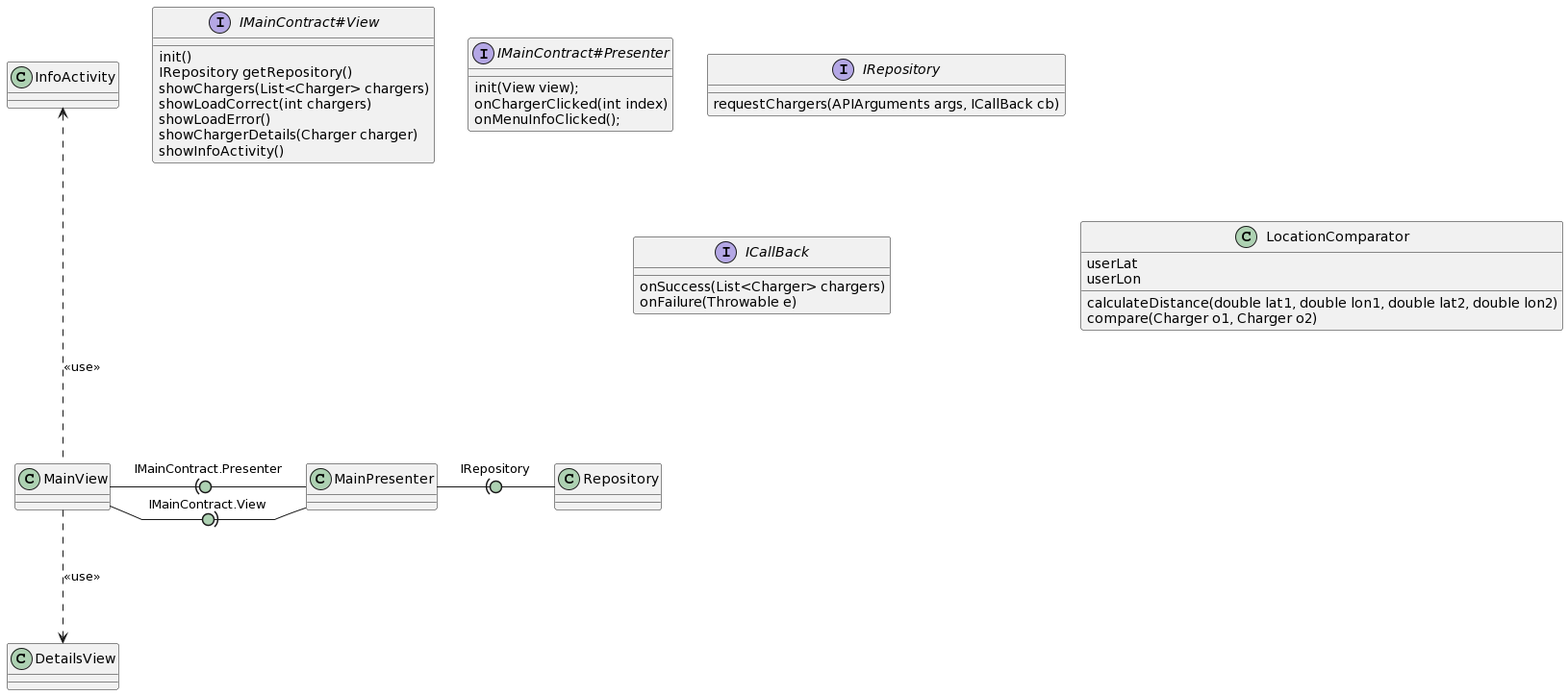
This is Docs/Models/Arquitectura.png from isunican/App-CarChargers-Grupo3, a PlantUML export, as it was before one commit. Its source is kept beside it as Docs/Models/arquitectura.puml.
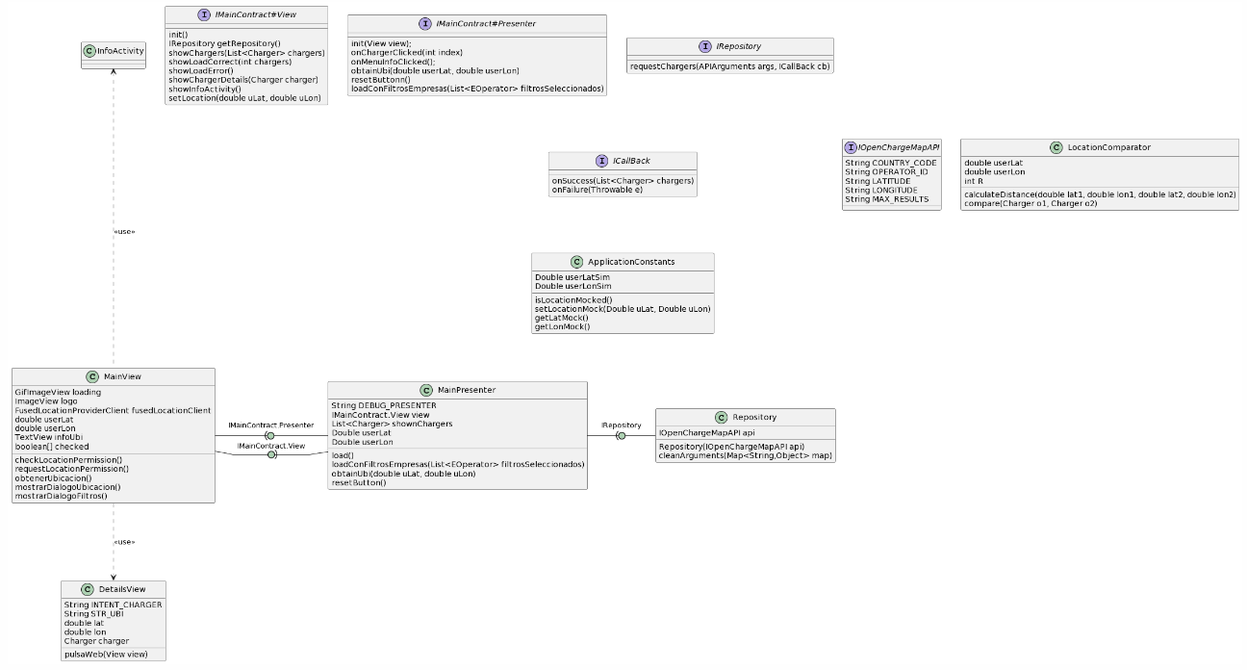
After the commit.

Change to the diagram source:
```diff
@@ -23,12 +23,16 @@
     showLoadError()
     showChargerDetails(Charger charger)
     showInfoActivity()
+    setLocation(double uLat, double uLon)
 }
 
 interface IMainContract#Presenter {
    init(View view);
    onChargerClicked(int index)
    onMenuInfoClicked();
+   obtainUbi(double userLat, double userLon)
+   resetButtonn()
+   loadConFiltrosEmpresas(List<EOperator> filtrosSeleccionados)
 }
 
 interface IRepository {
@@ -39,10 +43,66 @@
     onSuccess(List<Charger> chargers)
     onFailure(Throwable e)
 }
+interface IOpenChargeMapAPI {
+    String COUNTRY_CODE
+    String OPERATOR_ID
+    String LATITUDE
+    String LONGITUDE
+    String MAX_RESULTS
+
+}
 class LocationComparator {
-    userLat
-    userLon
+    double userLat
+    double userLon
+    int R
     calculateDistance(double lat1, double lon1, double lat2, double lon2)
     compare(Charger o1, Charger o2)
 }
+class MainView {
+    GifImageView loading
+    ImageView logo
+    FusedLocationProviderClient fusedLocationClient
+    double userLat
+    double userLon
+    TextView infoUbi
+    boolean[] checked
+    checkLocationPermission()
+    requestLocationPermission()
+    obtenerUbicacion()
+    mostrarDialogoUbicacion()
+    mostrarDialogoFiltros()
+}
+class MainPresenter {
+    String DEBUG_PRESENTER
+    IMainContract.View view
+    List<Charger> shownChargers
+    Double userLat
+    Double userLon
+    load()
+    loadConFiltrosEmpresas(List<EOperator> filtrosSeleccionados)
+    obtainUbi(double uLat, double uLon)
+    resetButton()
+}
+class Repository {
+    IOpenChargeMapAPI api
+    Repository(IOpenChargeMapAPI api)
+    cleanArguments(Map<String,Object> map)
+}
+class DetailsView {
+    String INTENT_CHARGER
+    String STR_UBI
+    double lat
+    double lon
+    Charger charger
+    pulsaWeb(View view)
+}
+class ApplicationConstants {
+    Double userLatSim
+    Double userLonSim
+    isLocationMocked()
+    setLocationMock(Double uLat, Double uLon)
+    getLatMock()
+    getLonMock()
+
+}
 @enduml
```
